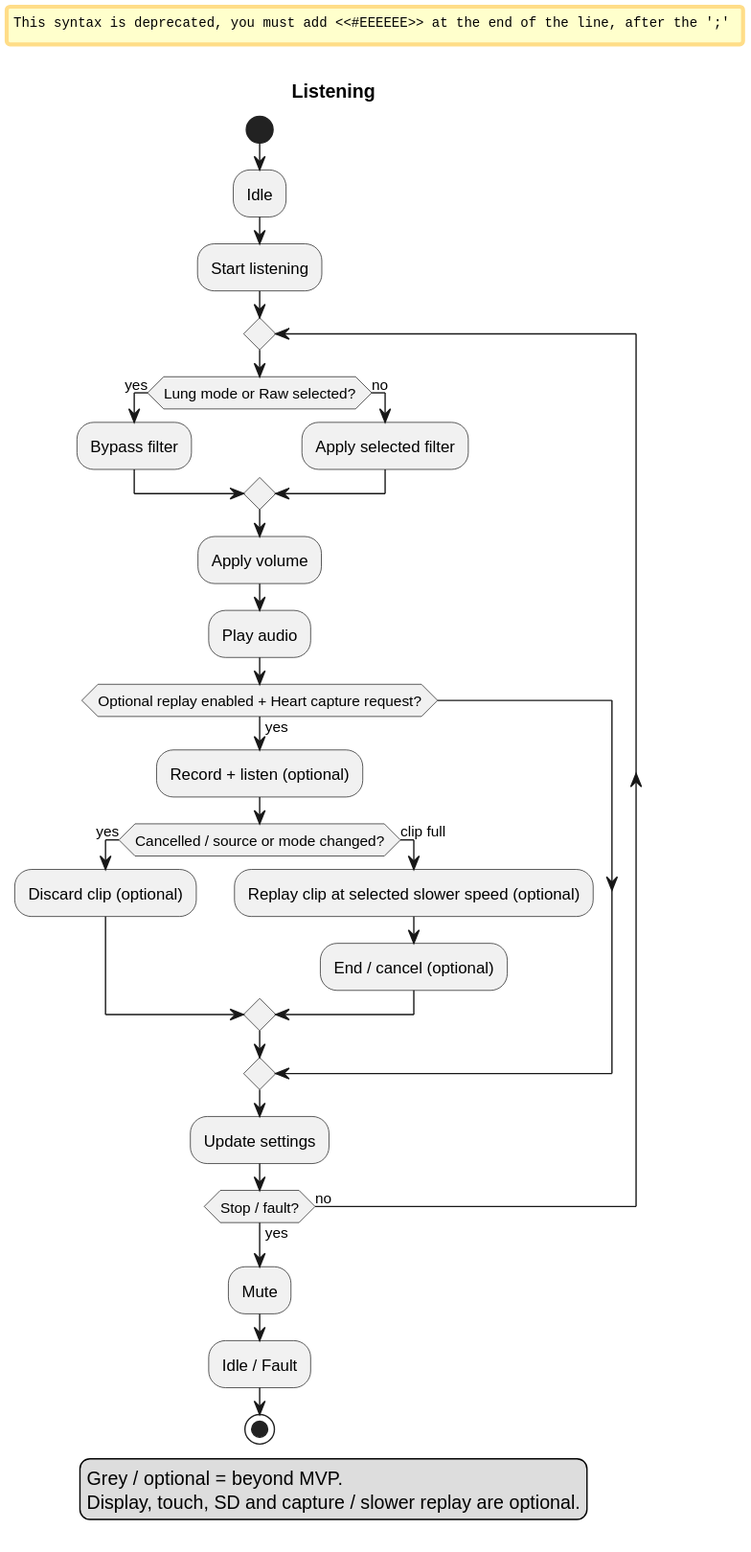
The PlantUML diagram Development/system/architecture/rendered/listening_workflow.svg in DemonicPsychoII/DigitalStethoscope, before a commit. Source of this version:
```plantuml
@startuml
skinparam shadowing false
skinparam defaultFontName SansSerif
title Listening
start
:Idle;
:Start listening;
repeat
 if (Lung mode or Raw selected?) then (yes)
  :Bypass filter;
 else (no)
  :Apply selected filter;
 endif
 :Apply volume;
 :Play audio;
 if (Optional replay enabled + Heart capture request?) then (yes)
  #EEEEEE:Record + listen (optional);
  if (Cancelled / source or mode changed?) then (yes)
   #EEEEEE:Discard clip (optional);
  else (clip full)
   #EEEEEE:Replay clip at selected slower speed (optional);
   #EEEEEE:End / cancel (optional);
  endif
 endif
 :Update settings;
repeat while (Stop / fault?) is (no) not (yes)
:Mute;
:Idle / Fault;
stop
legend bottom
  Grey / optional = beyond MVP.
  Display, touch, SD and capture / slower replay are optional.
endlegend
@enduml
```
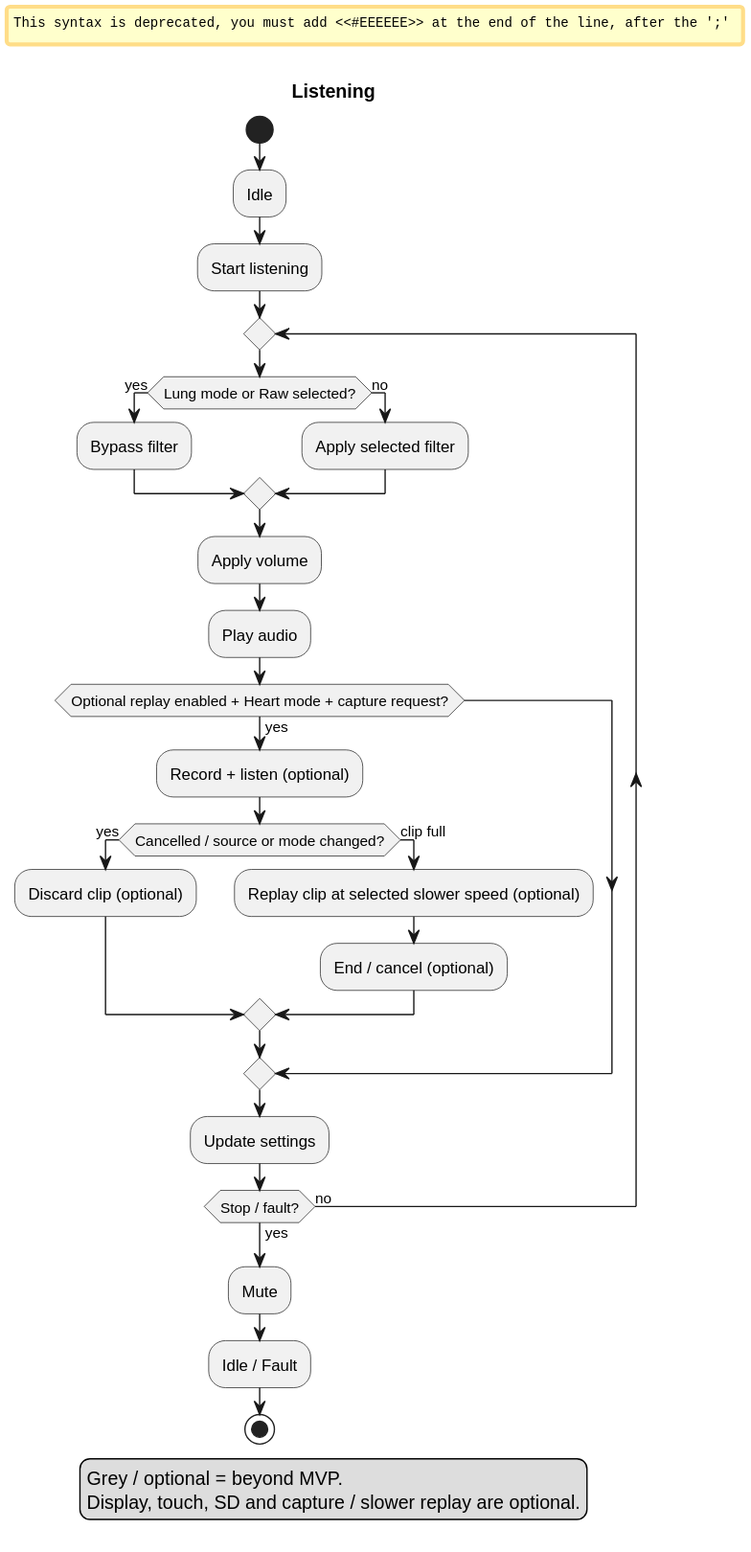
The same diagram one commit later.

Commit message:
Clarify optional capture conditions and worker roles

Change to the diagram source:
```diff
@@ -13,7 +13,7 @@
  endif
  :Apply volume;
  :Play audio;
- if (Optional replay enabled + Heart capture request?) then (yes)
+ if (Optional replay enabled + Heart mode + capture request?) then (yes)
   #EEEEEE:Record + listen (optional);
   if (Cancelled / source or mode changed?) then (yes)
    #EEEEEE:Discard clip (optional);
```
